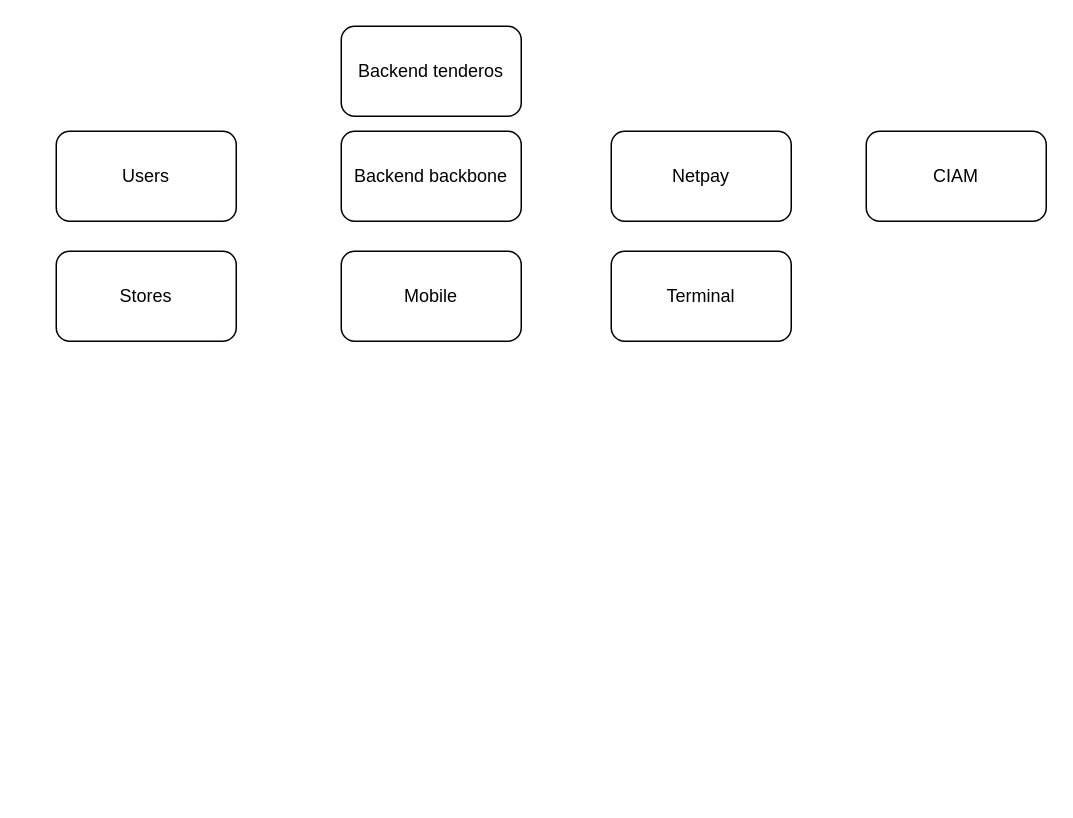
Earlier version of the draw.io diagram page "Página-1" (1 of 2) of SmartLogin.drawio (marcoluisdf/documentacion). Source tidied: cells renumbered, new cells numbered last; positions are measured from the earlier drawing's top-left corner, leaving out a move shared by most shapes. Both pictures are drawn from the tidied source at 150%, with x=0, y=0 at pixel (56, 26).
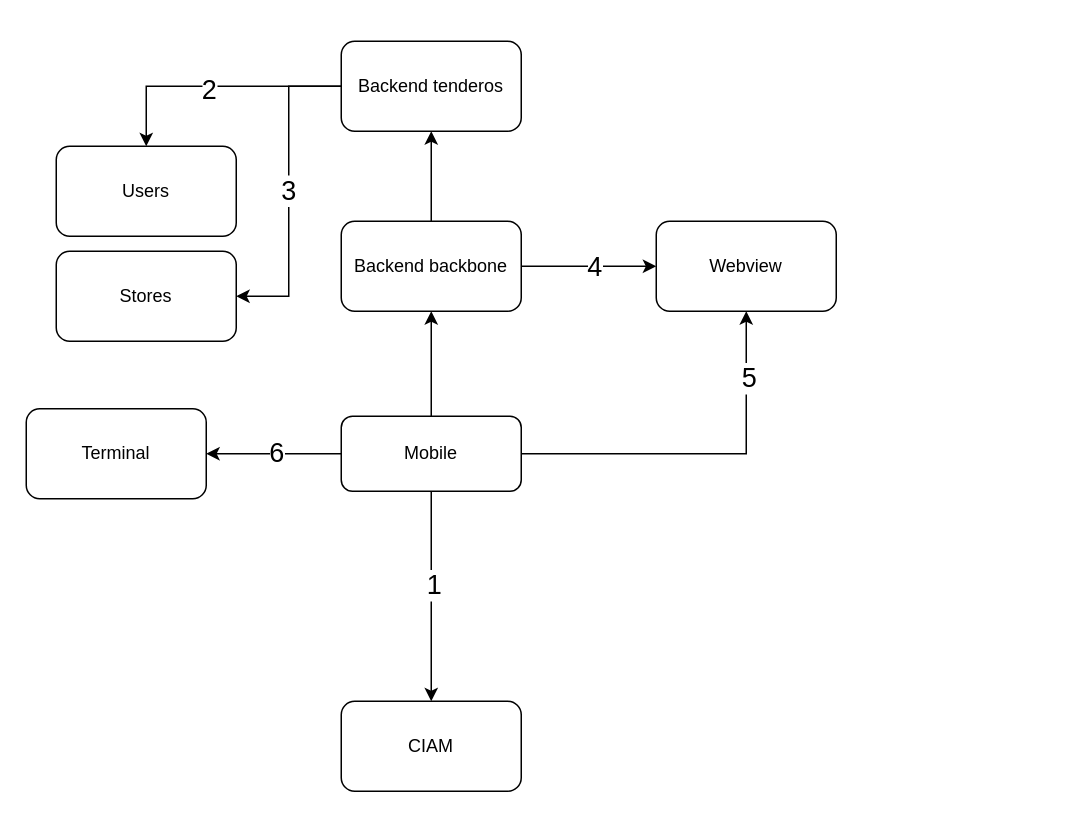
The same diagram, later.

The change refers to these unchanged cells:
```xml
<mxCell id="7" value="Stores" style="rounded=1;whiteSpace=wrap;html=1;" parent="1" vertex="1">
  <mxGeometry y="150" width="120" height="60" as="geometry" />
</mxCell>
```

Diff of the diagram source:
```diff
@@
+    <mxCell id="10" style="edgeStyle=orthogonalEdgeStyle;rounded=0;jettySize=auto;html=1;entryX=0.5;entryY=1;entryDx=0;entryDy=0;" parent="1" edge="1" source="2" target="8">
+      <mxGeometry relative="1" as="geometry" />
+    </mxCell>
+    <mxCell id="11" style="edgeStyle=orthogonalEdgeStyle;rounded=0;jettySize=auto;html=1;entryX=0;entryY=0.5;entryDx=0;entryDy=0;" parent="1" edge="1" source="2" target="4">
+      <mxGeometry relative="1" as="geometry" />
+    </mxCell>
+    <mxCell id="12" value="&lt;font style=&quot;font-size: 18px;&quot;&gt;4&lt;/font&gt;" style="edgeLabel;html=1;align=center;verticalAlign=middle;" parent="11" vertex="1">
+      <mxGeometry x="0.07" relative="1" as="geometry" />
+    </mxCell>
     <mxCell id="2" value="Backend backbone" style="rounded=1;whiteSpace=wrap;html=1;" parent="1" vertex="1">
-      <mxGeometry x="190" y="70" width="120" height="60" as="geometry" />
+      <mxGeometry x="190" y="130" width="120" height="60" as="geometry" />
     </mxCell>
     <mxCell id="3" value="Users" style="rounded=1;whiteSpace=wrap;html=1;" parent="1" vertex="1">
-      <mxGeometry y="70" width="120" height="60" as="geometry" />
+      <mxGeometry y="80" width="120" height="60" as="geometry" />
     </mxCell>
-    <mxCell id="4" value="Netpay" style="rounded=1;whiteSpace=wrap;html=1;" parent="1" vertex="1">
-      <mxGeometry x="370" y="70" width="120" height="60" as="geometry" />
+    <mxCell id="4" value="Webview" style="rounded=1;whiteSpace=wrap;html=1;" parent="1" vertex="1">
+      <mxGeometry x="400" y="130" width="120" height="60" as="geometry" />
     </mxCell>
+    <mxCell id="13" style="edgeStyle=orthogonalEdgeStyle;rounded=0;jettySize=auto;html=1;entryX=0.5;entryY=1;entryDx=0;entryDy=0;" parent="1" edge="1" source="5" target="2">
+      <mxGeometry relative="1" as="geometry" />
+    </mxCell>
+    <mxCell id="14" value="&lt;div&gt;&lt;br&gt;&lt;/div&gt;&lt;div&gt;&lt;br&gt;&lt;/div&gt;" style="edgeLabel;html=1;align=center;verticalAlign=middle;" parent="13" vertex="1">
+      <mxGeometry x="0.04" y="-1" relative="1" as="geometry">
+        <mxPoint y="1" as="offset" />
+      </mxGeometry>
+    </mxCell>
+    <mxCell id="15" style="edgeStyle=orthogonalEdgeStyle;rounded=0;jettySize=auto;html=1;entryX=0.5;entryY=1;entryDx=0;entryDy=0;" parent="1" edge="1" source="5" target="4">
+      <mxGeometry relative="1" as="geometry" />
+    </mxCell>
+    <mxCell id="16" value="&lt;font style=&quot;font-size: 18px;&quot;&gt;5&lt;/font&gt;" style="edgeLabel;html=1;align=center;verticalAlign=middle;" parent="15" vertex="1">
+      <mxGeometry x="0.65" y="-1" relative="1" as="geometry">
+        <mxPoint y="1" as="offset" />
+      </mxGeometry>
+    </mxCell>
+    <mxCell id="17" style="edgeStyle=orthogonalEdgeStyle;rounded=0;jettySize=auto;html=1;entryX=1;entryY=0.5;entryDx=0;entryDy=0;" parent="1" edge="1" source="5" target="9">
+      <mxGeometry relative="1" as="geometry" />
+    </mxCell>
+    <mxCell id="18" value="&lt;font style=&quot;font-size: 18px;&quot;&gt;6&lt;/font&gt;" style="edgeLabel;html=1;align=center;verticalAlign=middle;" parent="17" vertex="1">
+      <mxGeometry x="-0.02" y="-1" relative="1" as="geometry" />
+    </mxCell>
+    <mxCell id="19" style="edgeStyle=orthogonalEdgeStyle;rounded=0;jettySize=auto;html=1;entryX=0.5;entryY=0;entryDx=0;entryDy=0;jumpSize=8;" parent="1" edge="1" source="5" target="6">
+      <mxGeometry relative="1" as="geometry" />
+    </mxCell>
+    <mxCell id="20" value="&lt;font style=&quot;font-size: 18px;&quot;&gt;1&lt;/font&gt;" style="edgeLabel;html=1;align=center;verticalAlign=middle;" parent="19" vertex="1">
+      <mxGeometry x="-0.11" y="1" relative="1" as="geometry" />
+    </mxCell>
     <mxCell id="5" value="Mobile" style="rounded=1;whiteSpace=wrap;html=1;" parent="1" vertex="1">
-      <mxGeometry x="190" y="150" width="120" height="60" as="geometry" />
+      <mxGeometry x="190" y="260" width="120" height="50" as="geometry" />
     </mxCell>
     <mxCell id="6" value="CIAM" style="rounded=1;whiteSpace=wrap;html=1;" parent="1" vertex="1">
-      <mxGeometry x="540" y="70" width="120" height="60" as="geometry" />
+      <mxGeometry x="190" y="450" width="120" height="60" as="geometry" />
     </mxCell>
@@
+    <mxCell id="21" style="edgeStyle=orthogonalEdgeStyle;rounded=0;jettySize=auto;html=1;entryX=0.5;entryY=0;entryDx=0;entryDy=0;" parent="1" edge="1" source="8" target="3">
+      <mxGeometry relative="1" as="geometry" />
+    </mxCell>
+    <mxCell id="22" value="&lt;font style=&quot;font-size: 18px;&quot;&gt;2&lt;/font&gt;" style="edgeLabel;html=1;align=center;verticalAlign=middle;" parent="21" vertex="1">
+      <mxGeometry x="0.05" y="2" relative="1" as="geometry" />
+    </mxCell>
+    <mxCell id="23" value="&lt;font style=&quot;font-size: 18px;&quot;&gt;3&lt;/font&gt;" style="edgeStyle=orthogonalEdgeStyle;rounded=0;jettySize=auto;html=1;entryX=1;entryY=0.5;entryDx=0;entryDy=0;" parent="1" edge="1" source="8" target="7">
+      <mxGeometry relative="1" as="geometry" />
+    </mxCell>
     <mxCell id="8" value="Backend tenderos" style="rounded=1;whiteSpace=wrap;html=1;" parent="1" vertex="1">
-      <mxGeometry x="190" width="120" height="60" as="geometry" />
+      <mxGeometry x="190" y="10" width="120" height="60" as="geometry" />
     </mxCell>
     <mxCell id="9" value="Terminal" style="rounded=1;whiteSpace=wrap;html=1;" parent="1" vertex="1">
-      <mxGeometry x="370" y="150" width="120" height="60" as="geometry" />
+      <mxGeometry x="-20" y="255" width="120" height="60" as="geometry" />
     </mxCell>
```
